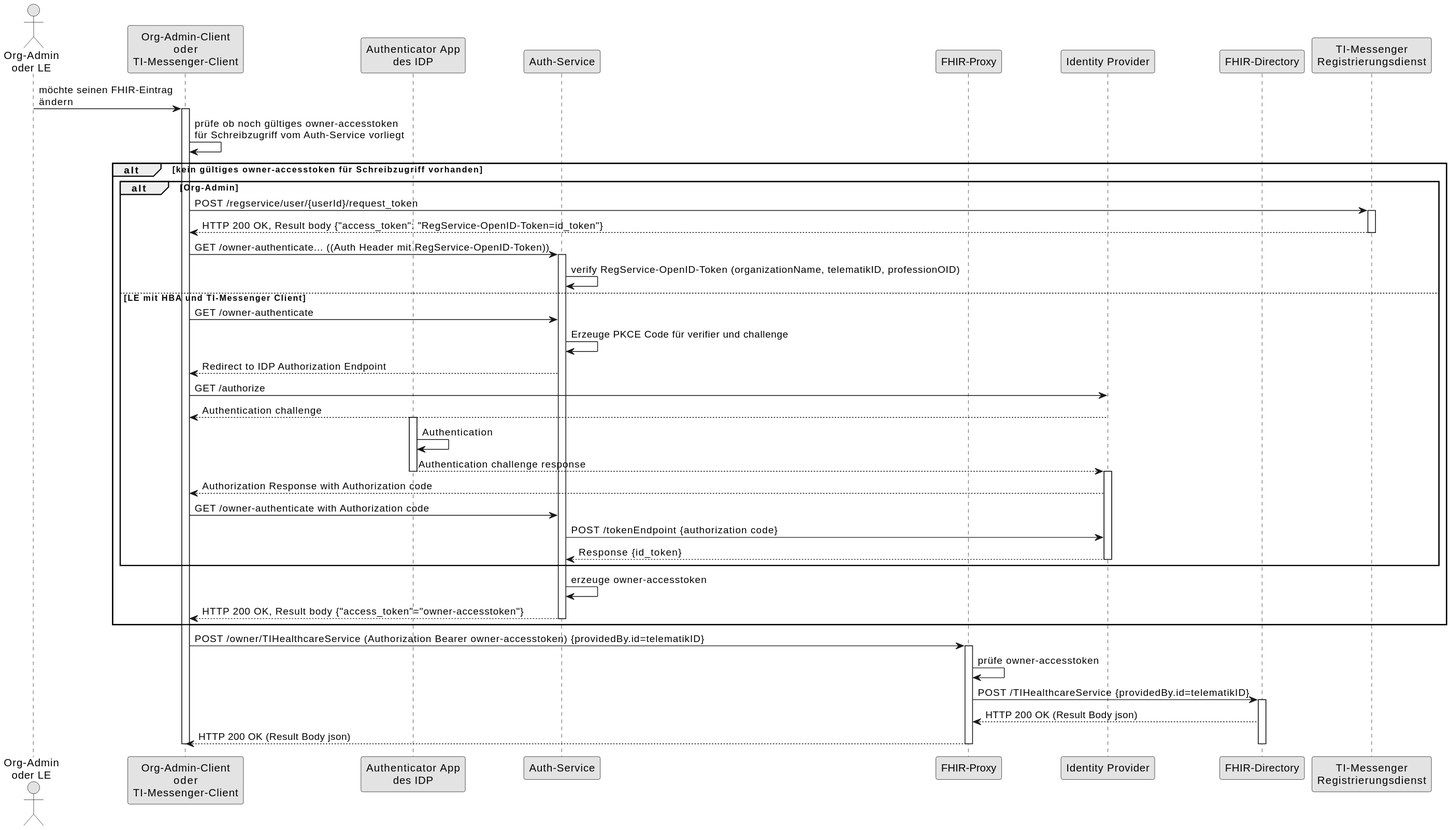
The PlantUML diagram images/diagrams/architecture/SequenceDiagram.FHIR-Directory.owner.svg in gematik/api-ti-messenger, before a commit.
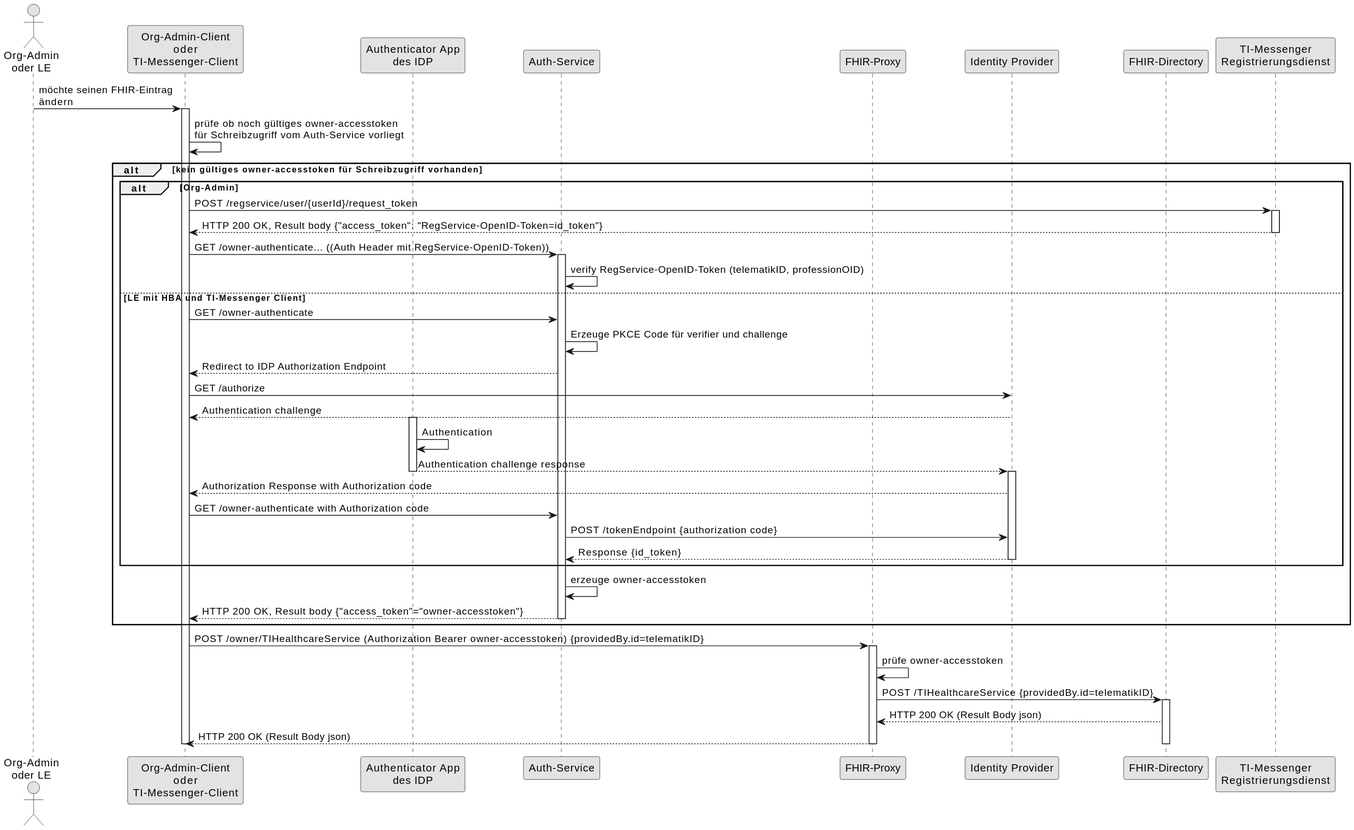
After the commit.

Commit message:
Commit from GitHub Actions (GeneratePlantumlImages)

What changed in the source:
```diff
@@ -22,7 +22,7 @@
 deactivate rd
 cl -> au: GET /owner-authenticate... ((Auth Header mit RegService-OpenID-Token))
 activate au
-au -> au: verify RegService-OpenID-Token (organizationName, telematikID, professionOID)
+au -> au: verify RegService-OpenID-Token (telematikID, professionOID)
 else LE mit HBA und TI-Messenger Client
 cl -> au: GET /owner-authenticate
 au -> au: Erzeuge PKCE Code für verifier und challenge
```
